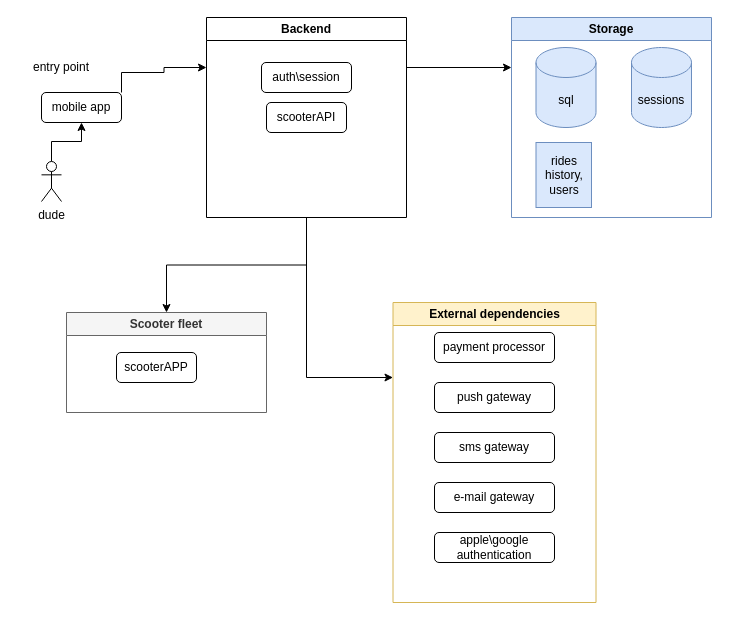
The draw.io diagram e-scooter[arch].drawio in integer00/diagrams, before the edit. Source tidied: cells renumbered, new cells numbered last; positions are measured from the earlier drawing's top-left corner, leaving out a move shared by most shapes. Both pictures are drawn from the tidied source at 100%, with x=0, y=0 at pixel (31, 17).
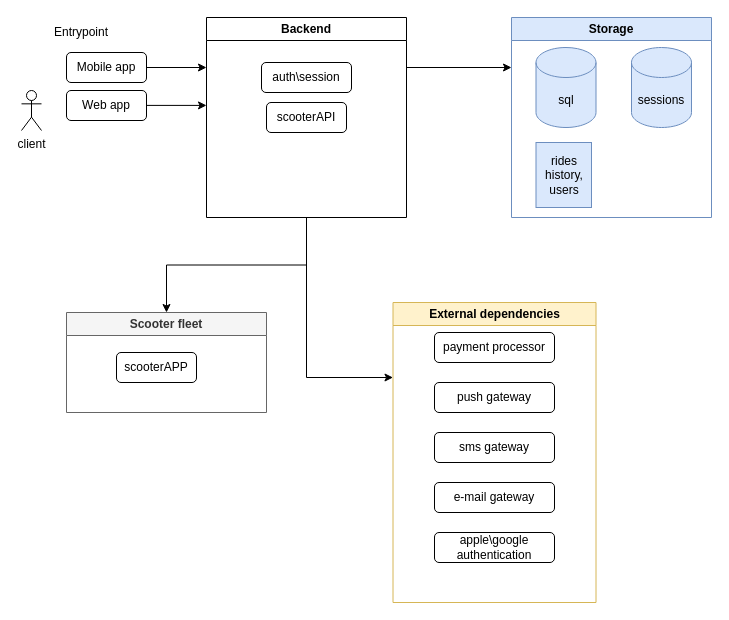
The same page after the edit.

The change refers to these unchanged cells:
```xml
<mxCell id="15" value="Backend" style="swimlane;whiteSpace=wrap;html=1;" parent="1" vertex="1">
  <mxGeometry x="175" width="200" height="200" as="geometry" />
</mxCell>
```

The edit, as a diff of the source:
```diff
@@
-    <mxCell id="2" style="edgeStyle=orthogonalEdgeStyle;rounded=0;jettySize=auto;html=1;exitX=0.5;exitY=0;exitDx=0;exitDy=0;exitPerimeter=0;entryX=0.5;entryY=1;entryDx=0;entryDy=0;" parent="1" edge="1" source="3" target="6">
-      <mxGeometry relative="1" as="geometry" />
-    </mxCell>
-    <mxCell id="3" value="dude" style="shape=umlActor;verticalLabelPosition=bottom;verticalAlign=top;html=1;outlineConnect=0;" parent="1" vertex="1">
-      <mxGeometry x="10" y="144" width="20" height="40" as="geometry" />
+    <mxCell id="3" value="client" style="shape=umlActor;verticalLabelPosition=bottom;verticalAlign=top;html=1;outlineConnect=0;" parent="1" vertex="1">
+      <mxGeometry x="-10" y="73" width="20" height="40" as="geometry" />
     </mxCell>
@@
-    <mxCell id="5" style="edgeStyle=orthogonalEdgeStyle;rounded=0;jettySize=auto;html=1;exitX=1;exitY=0;exitDx=0;exitDy=0;entryX=0;entryY=0.25;entryDx=0;entryDy=0;" parent="1" edge="1" source="6" target="15">
-      <mxGeometry relative="1" as="geometry" />
-    </mxCell>
-    <mxCell id="6" value="mobile app" style="rounded=1;whiteSpace=wrap;html=1;" parent="1" vertex="1">
-      <mxGeometry x="10" y="75" width="80" height="30" as="geometry" />
-    </mxCell>
@@
-    <mxCell id="18" value="entry point" style="text;html=1;strokeColor=none;fillColor=none;align=center;verticalAlign=middle;whiteSpace=wrap;rounded=0;" parent="1" vertex="1">
-      <mxGeometry y="35" width="60" height="30" as="geometry" />
+    <mxCell id="18" value="Entrypoint" style="text;html=1;strokeColor=none;fillColor=none;align=center;verticalAlign=middle;whiteSpace=wrap;rounded=0;" parent="1" vertex="1">
+      <mxGeometry x="20" width="60" height="30" as="geometry" />
     </mxCell>
@@
+    <mxCell id="25" style="edgeStyle=orthogonalEdgeStyle;rounded=0;jettySize=auto;html=1;entryX=0;entryY=0.25;entryDx=0;entryDy=0;" parent="1" edge="1" source="26" target="15">
+      <mxGeometry relative="1" as="geometry" />
+    </mxCell>
+    <mxCell id="26" value="Mobile app" style="rounded=1;whiteSpace=wrap;html=1;" parent="1" vertex="1">
+      <mxGeometry x="35" y="35" width="80" height="30" as="geometry" />
+    </mxCell>
+    <mxCell id="27" value="Web app" style="rounded=1;whiteSpace=wrap;html=1;" parent="1" vertex="1">
+      <mxGeometry x="35" y="73" width="80" height="30" as="geometry" />
+    </mxCell>
+    <mxCell id="28" style="edgeStyle=orthogonalEdgeStyle;rounded=0;orthogonalLoop=1;jettySize=auto;html=1;entryX=0;entryY=0.25;entryDx=0;entryDy=0;" parent="1" edge="1">
+      <mxGeometry relative="1" as="geometry">
+        <mxPoint x="115" y="87.9" as="sourcePoint" />
+        <mxPoint x="175" y="87.9" as="targetPoint" />
+      </mxGeometry>
+    </mxCell>
```
